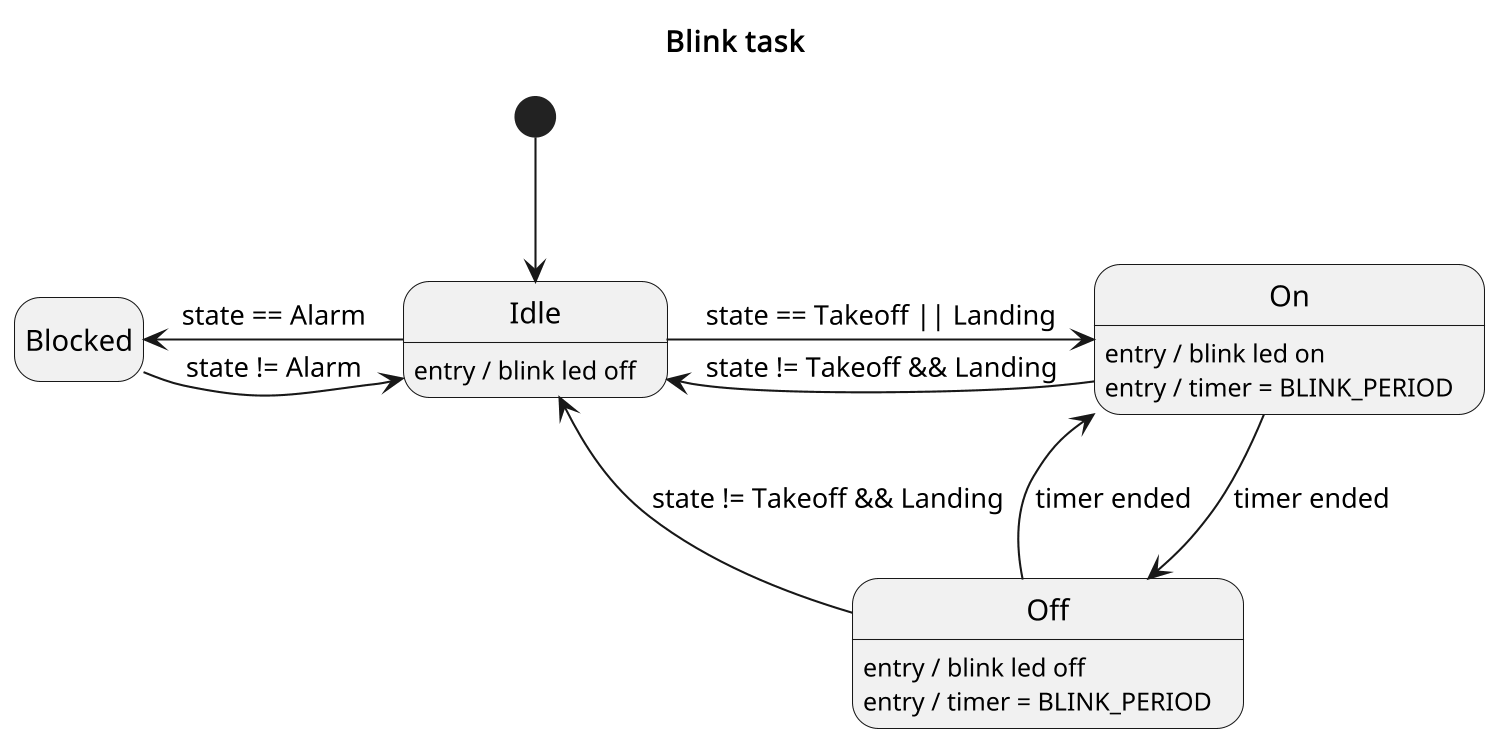
the-real-deal/unibo-iot-didospita keeps this PlantUML diagram as assignments/02-sdh/doc/tasks/blink.png. Above is the earlier version. Its diagram source:
```plantuml
@startuml BlinkTask
skinparamlocked dpi 200
hide empty description

title "Blink task"

state start <<start>>

state "Idle" as idle
idle : entry / blink led off

state "Blocked" as blocked

state "On" as on
on : entry / blink led on
on : entry / timer = BLINK_PERIOD

state "Off" as off
off : entry / blink led off
off : entry / timer = BLINK_PERIOD

start -d-> idle

idle -l-> blocked : state == Alarm
blocked -r-> idle : state != Alarm

idle -r-> on : state == Takeoff || Landing

on -d-> off : timer ended
off -u-> on : timer ended

on -l-> idle : state != Takeoff && Landing
off -l-> idle : state != Takeoff && Landing

@enduml
```
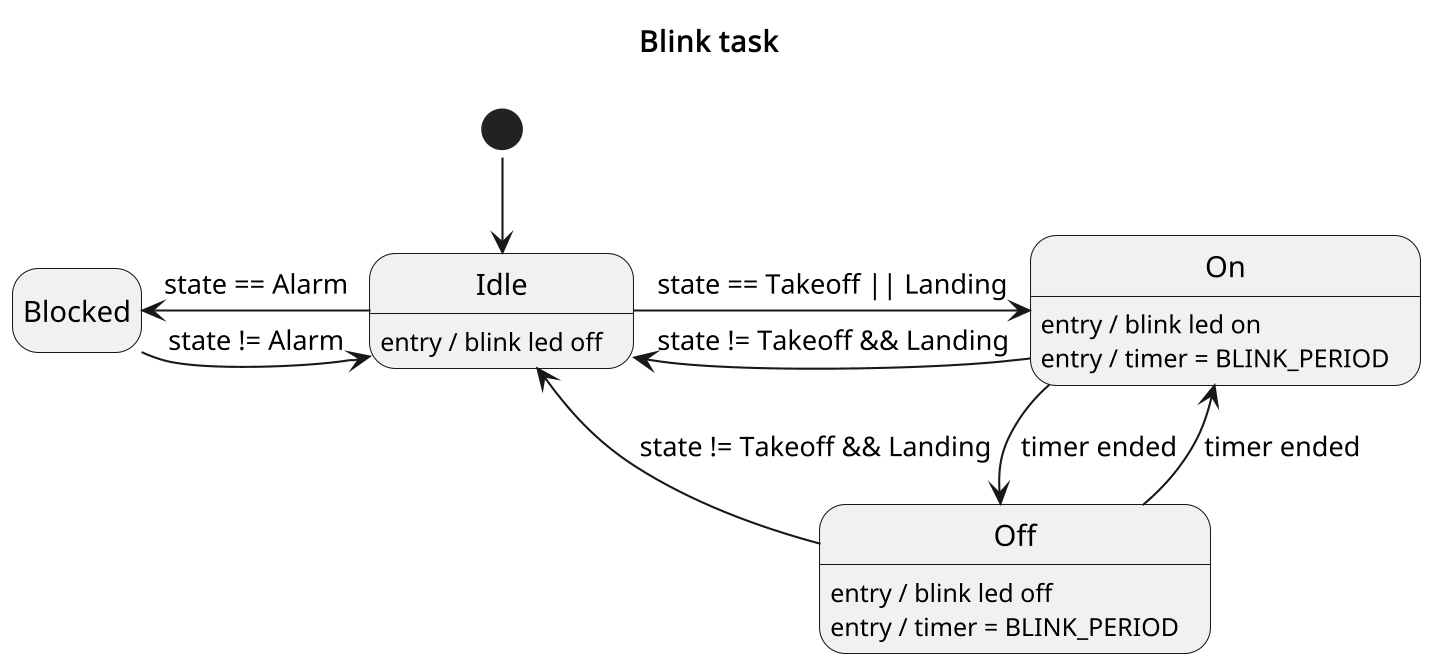
After the change.

What changed in the source:
```diff
@@ -1,5 +1,6 @@
 @startuml BlinkTask
 skinparamlocked dpi 200
+!pragma layout smetana
 hide empty description
 
 title "Blink task"
```
